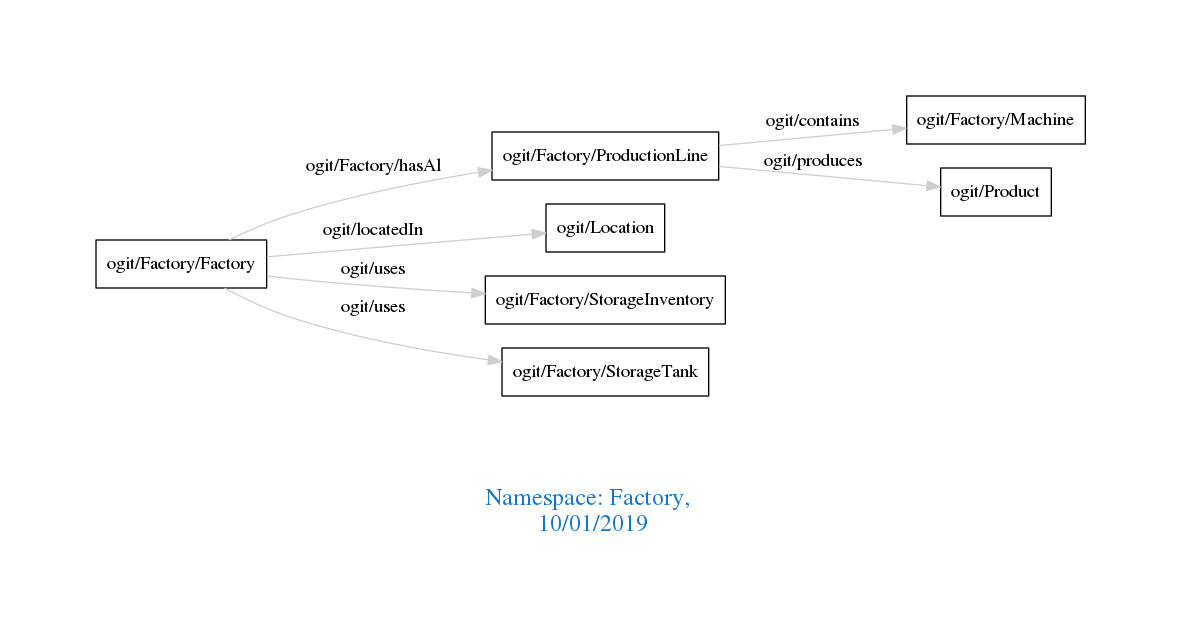
Above: downloads/Factory.png in arago/OGIT (Graphviz), before the change. Its source is kept beside it as downloads/Factory.dot.
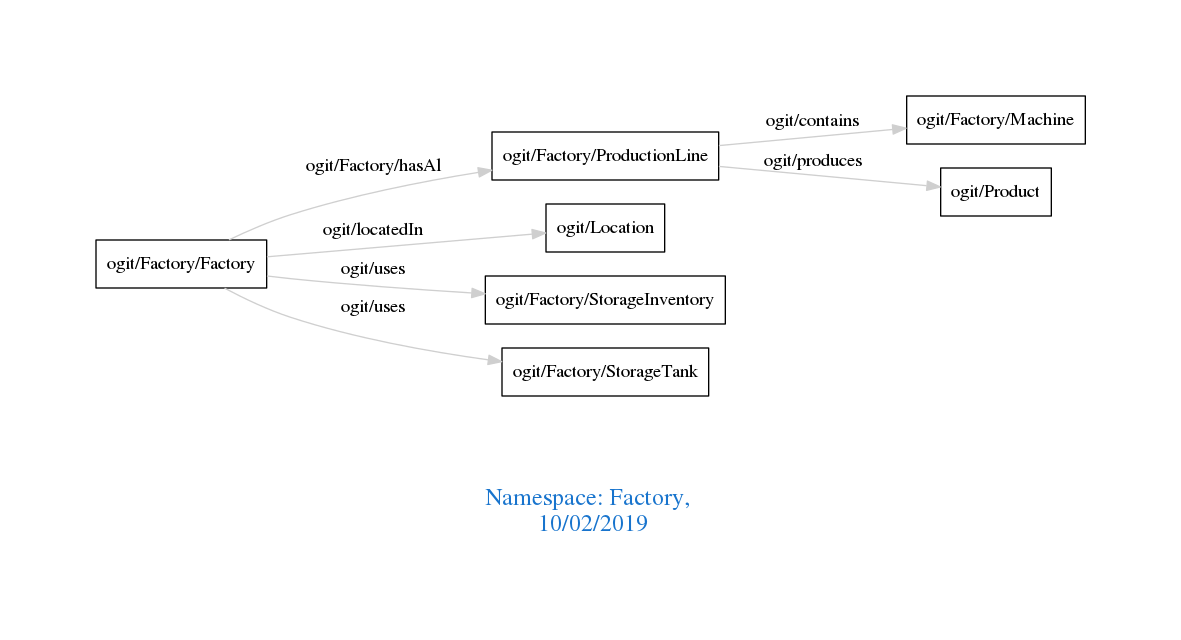
After the commit.

Change to the diagram source:
```diff
@@ -1,7 +1,7 @@
 digraph OGIT_ontology {
  graph [ rankdir= LR,pad=1
 fontsize = 18,
-fontcolor= dodgerblue3,label = "\n\n\nNamespace: Factory, \n 10/01/2019"];
+fontcolor= dodgerblue3,label = "\n\n\nNamespace: Factory, \n 10/02/2019"];
 node[shape=polygon];
 edge [  color="gray81"];
 
```
